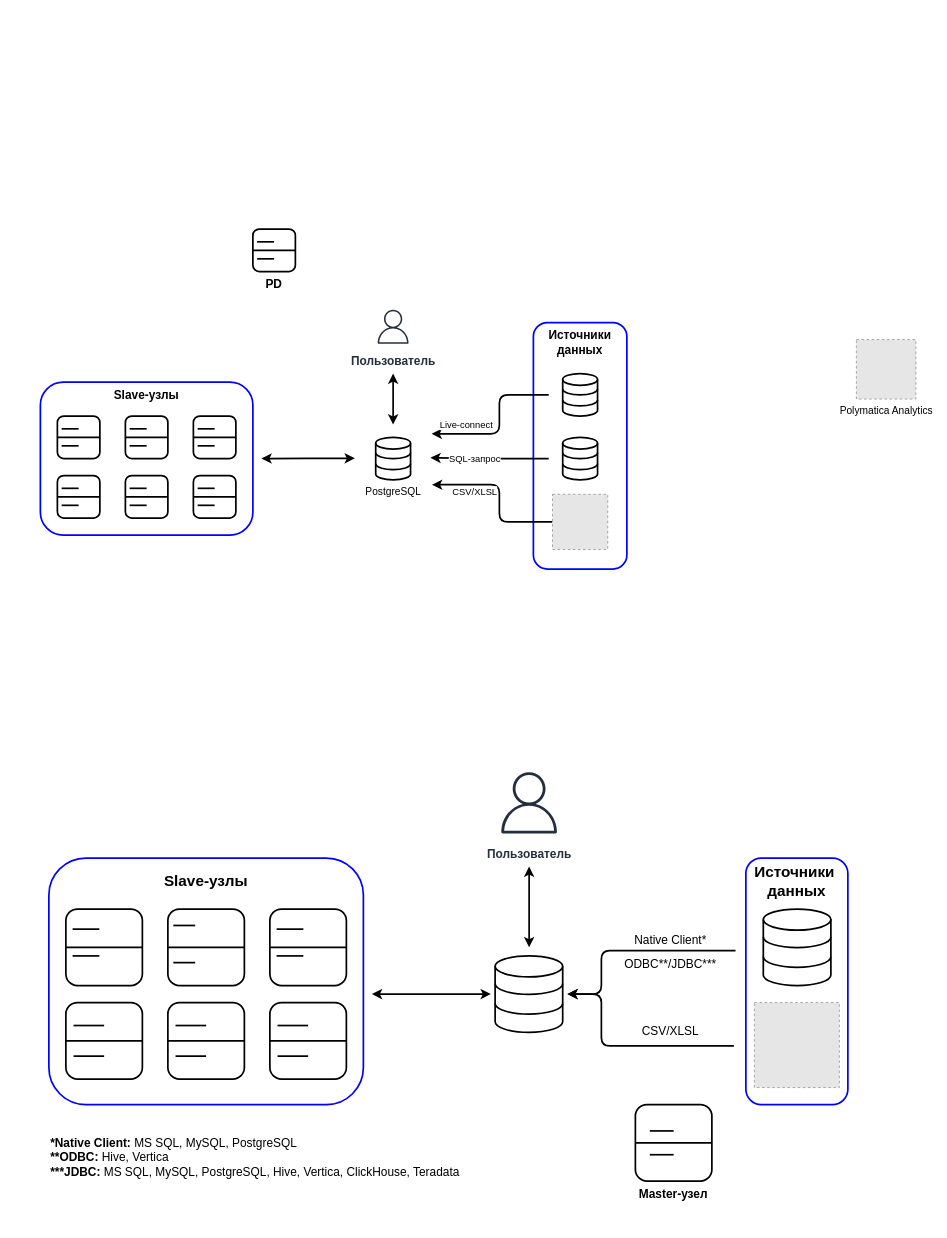
FYamaev/draw.io keeps this draw.io diagram as page "PD_v4" (10 of 10) of YDB-PD_v3.drawio. Above is the earlier version. Source tidied: cells renumbered, new cells numbered last; positions are measured from the earlier drawing's top-left corner, leaving out a move shared by most shapes. Both pictures are drawn from the tidied source at 85%, with x=0, y=0 at pixel (31, 229). Pictures stored in the file or linked from it are replaced by grey dashed boxes.
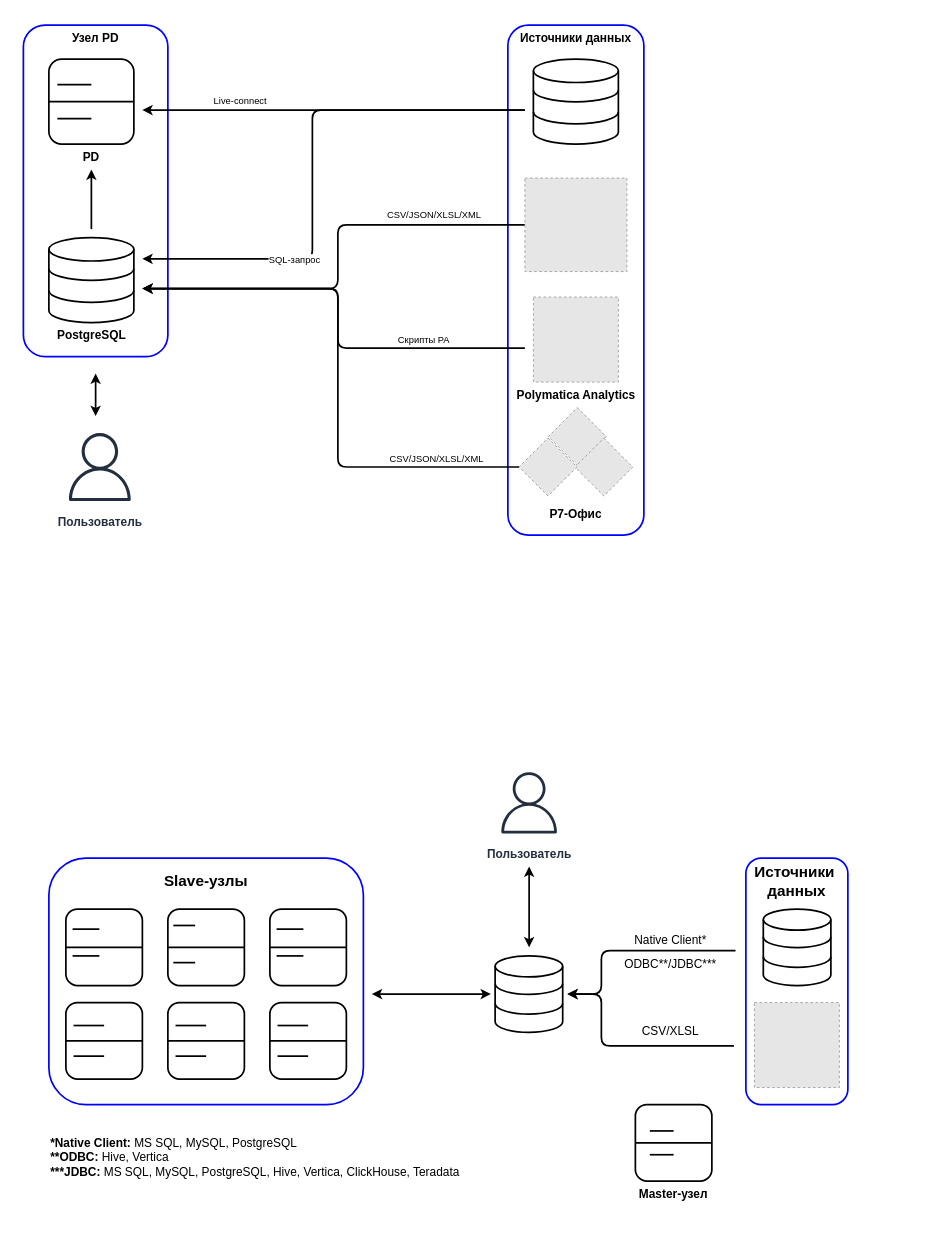
After the change.

The edit, as a diff of the source:
```diff
@@
     <mxCell id="2" value="Источники данных" style="rounded=1;whiteSpace=wrap;html=1;strokeWidth=2;strokeColor=#0000FF;verticalAlign=top;fontSize=14;fontStyle=1;" parent="1" vertex="1">
-      <mxGeometry x="590" y="110" width="110" height="290" as="geometry" />
+      <mxGeometry x="560" y="-240" width="160" height="600" as="geometry" />
     </mxCell>
     <mxCell id="3" style="rounded=0;whiteSpace=wrap;html=1;strokeColor=none;opacity=0;" parent="1" vertex="1">
-      <mxGeometry x="608" y="162.5" width="65" height="65" as="geometry" />
+      <mxGeometry x="580" y="-210" width="120" height="140" as="geometry" />
     </mxCell>
-    <mxCell id="4" style="rounded=0;whiteSpace=wrap;html=1;strokeColor=none;opacity=0;" parent="1" vertex="1">
-      <mxGeometry x="608" y="237.5" width="65" height="65" as="geometry" />
-    </mxCell>
+    <mxCell id="44" style="html=1;verticalLabelPosition=bottom;align=center;labelBackgroundColor=#ffffff;verticalAlign=top;strokeWidth=2;strokeColor=#000000;shadow=0;dashed=0;shape=mxgraph.ios7.icons.data;" parent="1" vertex="1">
+      <mxGeometry x="590" y="-200" width="100" height="100" as="geometry" />
+    </mxCell>
+    <mxCell id="116" style="rounded=0;whiteSpace=wrap;html=1;fillColor=none;strokeColor=none;" parent="1" vertex="1">
+      <mxGeometry x="15" y="220" width="120" height="140" as="geometry" />
+    </mxCell>
     <mxCell id="5" style="rounded=0;whiteSpace=wrap;html=1;strokeColor=none;opacity=0;" parent="1" vertex="1">
-      <mxGeometry y="170" width="270" height="200" as="geometry" />
+      <mxGeometry x="-20" y="-252.5" width="190" height="422.5" as="geometry" />
     </mxCell>
-    <mxCell id="6" style="edgeStyle=orthogonalEdgeStyle;rounded=0;jettySize=auto;html=1;exitX=0;exitY=0.361;exitDx=0;exitDy=0;entryX=1;entryY=0.5;entryDx=0;entryDy=0;exitPerimeter=0;startArrow=classic;startFill=1;strokeWidth=2;" parent="1" edge="1" source="7" target="5">
-      <mxGeometry relative="1" as="geometry" />
-    </mxCell>
-    <mxCell id="7" style="rounded=0;whiteSpace=wrap;html=1;strokeColor=none;opacity=0;" parent="1" vertex="1">
-      <mxGeometry x="380" y="230" width="90" height="110" as="geometry" />
-    </mxCell>
-    <mxCell id="8" value="Slave-узлы" style="rounded=1;whiteSpace=wrap;html=1;strokeWidth=2;strokeColor=#0000FF;verticalAlign=top;fontSize=14;fontStyle=1;" parent="1" vertex="1">
-      <mxGeometry x="10" y="180" width="250" height="180" as="geometry" />
+    <mxCell id="8" value="Узел PD" style="rounded=1;whiteSpace=wrap;html=1;strokeWidth=2;strokeColor=#0000FF;verticalAlign=top;fontSize=14;fontStyle=1;" parent="1" vertex="1">
+      <mxGeometry x="-10" y="-240" width="170" height="390" as="geometry" />
     </mxCell>
-    <mxCell id="9" style="group;" parent="1" vertex="1">
-      <mxGeometry x="30" y="220" width="50" height="50" as="geometry" />
-    </mxCell>
-    <mxCell id="10" style="rounded=1;whiteSpace=wrap;html=1;strokeWidth=2;" parent="9" vertex="1">
-      <mxGeometry width="50" height="50" as="geometry" />
-    </mxCell>
-    <mxCell id="11" style="endArrow=none;html=1;rounded=0;exitX=0;exitY=0.5;exitDx=0;exitDy=0;entryX=1;entryY=0.5;entryDx=0;entryDy=0;strokeWidth=2;" parent="9" edge="1" source="10" target="10">
-      <mxGeometry relative="1" as="geometry" />
-    </mxCell>
-    <mxCell id="12" style="endArrow=none;html=1;rounded=0;strokeWidth=2;" parent="9" edge="1">
-      <mxGeometry relative="1" as="geometry">
-        <mxPoint x="5" y="15" as="sourcePoint" />
-        <mxPoint x="25" y="15" as="targetPoint" />
-      </mxGeometry>
-    </mxCell>
-    <mxCell id="13" style="endArrow=none;html=1;rounded=0;strokeWidth=2;" parent="9" edge="1">
-      <mxGeometry relative="1" as="geometry">
-        <mxPoint x="5" y="35" as="sourcePoint" />
-        <mxPoint x="25" y="35" as="targetPoint" />
-      </mxGeometry>
-    </mxCell>
-    <mxCell id="14" style="group;" parent="1" vertex="1">
-      <mxGeometry x="110" y="220" width="50" height="50" as="geometry" />
-    </mxCell>
-    <mxCell id="15" style="rounded=1;whiteSpace=wrap;html=1;strokeWidth=2;" parent="14" vertex="1">
-      <mxGeometry width="50" height="50" as="geometry" />
-    </mxCell>
-    <mxCell id="16" style="endArrow=none;html=1;rounded=0;exitX=0;exitY=0.5;exitDx=0;exitDy=0;entryX=1;entryY=0.5;entryDx=0;entryDy=0;strokeWidth=2;" parent="14" edge="1" source="15" target="15">
-      <mxGeometry relative="1" as="geometry" />
-    </mxCell>
-    <mxCell id="17" style="endArrow=none;html=1;rounded=0;strokeWidth=2;" parent="14" edge="1">
-      <mxGeometry relative="1" as="geometry">
-        <mxPoint x="5" y="15" as="sourcePoint" />
-        <mxPoint x="25" y="15" as="targetPoint" />
-      </mxGeometry>
-    </mxCell>
-    <mxCell id="18" style="endArrow=none;html=1;rounded=0;strokeWidth=2;" parent="14" edge="1">
-      <mxGeometry relative="1" as="geometry">
-        <mxPoint x="5" y="35" as="sourcePoint" />
-        <mxPoint x="25" y="35" as="targetPoint" />
-      </mxGeometry>
-    </mxCell>
-    <mxCell id="19" style="group;" parent="1" vertex="1">
-      <mxGeometry x="190" y="220" width="50" height="50" as="geometry" />
-    </mxCell>
-    <mxCell id="20" style="rounded=1;whiteSpace=wrap;html=1;strokeWidth=2;" parent="19" vertex="1">
-      <mxGeometry width="50" height="50" as="geometry" />
-    </mxCell>
-    <mxCell id="21" style="endArrow=none;html=1;rounded=0;exitX=0;exitY=0.5;exitDx=0;exitDy=0;entryX=1;entryY=0.5;entryDx=0;entryDy=0;strokeWidth=2;" parent="19" edge="1" source="20" target="20">
-      <mxGeometry relative="1" as="geometry" />
-    </mxCell>
-    <mxCell id="22" style="endArrow=none;html=1;rounded=0;strokeWidth=2;" parent="19" edge="1">
-      <mxGeometry relative="1" as="geometry">
-        <mxPoint x="5" y="15" as="sourcePoint" />
-        <mxPoint x="25" y="15" as="targetPoint" />
-      </mxGeometry>
-    </mxCell>
-    <mxCell id="23" style="endArrow=none;html=1;rounded=0;strokeWidth=2;" parent="19" edge="1">
-      <mxGeometry relative="1" as="geometry">
-        <mxPoint x="5" y="35" as="sourcePoint" />
-        <mxPoint x="25" y="35" as="targetPoint" />
-      </mxGeometry>
-    </mxCell>
-    <mxCell id="24" style="group;" parent="1" vertex="1">
-      <mxGeometry x="30" y="290" width="50" height="50" as="geometry" />
-    </mxCell>
-    <mxCell id="25" style="rounded=1;whiteSpace=wrap;html=1;strokeWidth=2;" parent="24" vertex="1">
-      <mxGeometry width="50" height="50" as="geometry" />
-    </mxCell>
-    <mxCell id="26" style="endArrow=none;html=1;rounded=0;exitX=0;exitY=0.5;exitDx=0;exitDy=0;entryX=1;entryY=0.5;entryDx=0;entryDy=0;strokeWidth=2;" parent="24" edge="1" source="25" target="25">
-      <mxGeometry relative="1" as="geometry" />
-    </mxCell>
-    <mxCell id="27" style="endArrow=none;html=1;rounded=0;strokeWidth=2;" parent="24" edge="1">
-      <mxGeometry relative="1" as="geometry">
-        <mxPoint x="5" y="15" as="sourcePoint" />
-        <mxPoint x="25" y="15" as="targetPoint" />
-      </mxGeometry>
-    </mxCell>
-    <mxCell id="28" style="endArrow=none;html=1;rounded=0;strokeWidth=2;" parent="24" edge="1">
-      <mxGeometry relative="1" as="geometry">
-        <mxPoint x="5" y="35" as="sourcePoint" />
-        <mxPoint x="25" y="35" as="targetPoint" />
-      </mxGeometry>
-    </mxCell>
-    <mxCell id="29" style="group;" parent="1" vertex="1">
-      <mxGeometry x="110" y="290" width="50" height="50" as="geometry" />
-    </mxCell>
-    <mxCell id="30" style="rounded=1;whiteSpace=wrap;html=1;strokeWidth=2;" parent="29" vertex="1">
-      <mxGeometry width="50" height="50" as="geometry" />
-    </mxCell>
-    <mxCell id="31" style="endArrow=none;html=1;rounded=0;exitX=0;exitY=0.5;exitDx=0;exitDy=0;entryX=1;entryY=0.5;entryDx=0;entryDy=0;strokeWidth=2;" parent="29" edge="1" source="30" target="30">
-      <mxGeometry relative="1" as="geometry" />
-    </mxCell>
-    <mxCell id="32" style="endArrow=none;html=1;rounded=0;strokeWidth=2;" parent="29" edge="1">
-      <mxGeometry relative="1" as="geometry">
-        <mxPoint x="5" y="15" as="sourcePoint" />
-        <mxPoint x="25" y="15" as="targetPoint" />
-      </mxGeometry>
-    </mxCell>
-    <mxCell id="33" style="endArrow=none;html=1;rounded=0;strokeWidth=2;" parent="29" edge="1">
-      <mxGeometry relative="1" as="geometry">
-        <mxPoint x="5" y="35" as="sourcePoint" />
-        <mxPoint x="25" y="35" as="targetPoint" />
-      </mxGeometry>
-    </mxCell>
-    <mxCell id="34" style="group;" parent="1" vertex="1">
-      <mxGeometry x="190" y="290" width="50" height="50" as="geometry" />
-    </mxCell>
-    <mxCell id="35" style="group;" parent="34" vertex="1">
-      <mxGeometry width="50" height="50" as="geometry" />
-    </mxCell>
-    <mxCell id="36" style="rounded=1;whiteSpace=wrap;html=1;strokeWidth=2;" parent="35" vertex="1">
-      <mxGeometry width="50" height="50" as="geometry" />
-    </mxCell>
-    <mxCell id="37" style="endArrow=none;html=1;rounded=0;exitX=0;exitY=0.5;exitDx=0;exitDy=0;entryX=1;entryY=0.5;entryDx=0;entryDy=0;strokeWidth=2;" parent="35" edge="1" source="36" target="36">
-      <mxGeometry relative="1" as="geometry" />
-    </mxCell>
-    <mxCell id="38" style="endArrow=none;html=1;rounded=0;strokeWidth=2;" parent="35" edge="1">
-      <mxGeometry relative="1" as="geometry">
-        <mxPoint x="5" y="15" as="sourcePoint" />
-        <mxPoint x="25" y="15" as="targetPoint" />
-      </mxGeometry>
-    </mxCell>
-    <mxCell id="39" style="endArrow=none;html=1;rounded=0;strokeWidth=2;" parent="35" edge="1">
-      <mxGeometry relative="1" as="geometry">
-        <mxPoint x="5" y="35" as="sourcePoint" />
-        <mxPoint x="25" y="35" as="targetPoint" />
-      </mxGeometry>
-    </mxCell>
+    <mxCell id="117" style="edgeStyle=orthogonalEdgeStyle;rounded=0;jettySize=auto;html=1;entryX=0.5;entryY=1;entryDx=0;entryDy=0;strokeWidth=2;" parent="1" edge="1" source="118" target="119">
+      <mxGeometry relative="1" as="geometry" />
+    </mxCell>
+    <mxCell id="118" style="rounded=0;whiteSpace=wrap;html=1;strokeColor=none;fillColor=none;" parent="1" vertex="1">
+      <mxGeometry x="10" width="120" height="140" as="geometry" />
+    </mxCell>
+    <mxCell id="119" style="rounded=0;whiteSpace=wrap;html=1;strokeColor=none;fillColor=none;" parent="1" vertex="1">
+      <mxGeometry x="10" y="-210" width="120" height="140" as="geometry" />
+    </mxCell>
     <mxCell id="40" value="Пользователь" style="sketch=0;fontColor=#232F3E;gradientColor=none;strokeColor=#232F3E;fillColor=#ffffff;dashed=0;verticalLabelPosition=bottom;verticalAlign=top;align=center;html=1;fontSize=14;fontStyle=1;shape=mxgraph.aws4.resourceIcon;resIcon=mxgraph.aws4.user;" parent="1" vertex="1">
-      <mxGeometry x="400" y="90" width="50" height="50" as="geometry" />
+      <mxGeometry x="30" y="230" width="100" height="100" as="geometry" />
     </mxCell>
-    <mxCell id="41" style="endArrow=classic;startArrow=classic;html=1;rounded=0;strokeWidth=2;" parent="1" edge="1">
-      <mxGeometry relative="1" as="geometry">
-        <mxPoint x="425" y="230" as="sourcePoint" />
-        <mxPoint x="425" y="170" as="targetPoint" />
-      </mxGeometry>
+    <mxCell id="41" style="endArrow=classic;startArrow=classic;html=1;rounded=0;strokeWidth=2;exitX=0.5;exitY=1;exitDx=0;exitDy=0;" parent="1" edge="1" source="5" target="116">
+      <mxGeometry relative="1" as="geometry" />
     </mxCell>
-    <mxCell id="42" style="edgeStyle=orthogonalEdgeStyle;rounded=1;jettySize=auto;html=1;curved=0;strokeWidth=2;entryX=1.003;entryY=0.099;entryDx=0;entryDy=0;entryPerimeter=0;exitX=0;exitY=0.5;exitDx=0;exitDy=0;" parent="1" edge="1" source="3" target="7">
-      <mxGeometry relative="1" as="geometry">
-        <Array as="points">
-          <mxPoint x="550" y="195" />
-          <mxPoint x="550" y="241" />
-        </Array>
-      </mxGeometry>
+    <mxCell id="42" style="edgeStyle=orthogonalEdgeStyle;rounded=1;jettySize=auto;html=1;curved=0;strokeWidth=2;entryX=1;entryY=0.5;entryDx=0;entryDy=0;exitX=0;exitY=0.5;exitDx=0;exitDy=0;" parent="1" edge="1" source="3" target="119">
+      <mxGeometry relative="1" as="geometry" />
     </mxCell>
@@
-    <mxCell id="44" style="html=1;verticalLabelPosition=bottom;align=center;labelBackgroundColor=#ffffff;verticalAlign=top;strokeWidth=2;strokeColor=#000000;shadow=0;dashed=0;shape=mxgraph.ios7.icons.data;" parent="1" vertex="1">
-      <mxGeometry x="624.5" y="170" width="41" height="50" as="geometry" />
-    </mxCell>
-    <mxCell id="45" style="edgeStyle=orthogonalEdgeStyle;rounded=1;jettySize=auto;html=1;curved=0;strokeWidth=2;spacing=0;entryX=0.987;entryY=0.356;entryDx=0;entryDy=0;entryPerimeter=0;exitX=0;exitY=0.5;exitDx=0;exitDy=0;" parent="1" edge="1" source="4" target="7">
-      <mxGeometry relative="1" as="geometry" />
+    <mxCell id="45" style="edgeStyle=orthogonalEdgeStyle;rounded=1;jettySize=auto;html=1;curved=0;strokeWidth=2;spacing=0;exitX=0;exitY=0.5;exitDx=0;exitDy=0;entryX=1;entryY=0.25;entryDx=0;entryDy=0;" parent="1" edge="1" source="3" target="118">
+      <mxGeometry relative="1" as="geometry">
+        <Array as="points">
+          <mxPoint x="330" y="-140" />
+          <mxPoint x="330" y="35" />
+        </Array>
+      </mxGeometry>
     </mxCell>
     <mxCell id="46" value="SQL-запрос" style="edgeLabel;html=1;align=center;verticalAlign=middle;" parent="45" vertex="1">
-      <mxGeometry x="0.43" relative="1" as="geometry">
-        <mxPoint x="12" as="offset" />
-      </mxGeometry>
+      <mxGeometry x="0.43" relative="1" as="geometry" />
     </mxCell>
-    <mxCell id="47" style="html=1;verticalLabelPosition=bottom;align=center;labelBackgroundColor=#ffffff;verticalAlign=top;strokeWidth=2;strokeColor=#000000;shadow=0;dashed=0;shape=mxgraph.ios7.icons.data;" parent="1" vertex="1">
-      <mxGeometry x="624.5" y="245" width="41" height="50" as="geometry" />
-    </mxCell>
-    <mxCell id="48" style="edgeStyle=orthogonalEdgeStyle;rounded=1;jettySize=auto;html=1;curved=0;strokeWidth=2;exitX=0;exitY=0.5;exitDx=0;exitDy=0;entryX=1.008;entryY=0.643;entryDx=0;entryDy=0;entryPerimeter=0;" parent="1" edge="1" source="50" target="7">
+    <mxCell id="48" style="edgeStyle=orthogonalEdgeStyle;rounded=1;jettySize=auto;html=1;curved=0;strokeWidth=2;exitX=0;exitY=0.5;exitDx=0;exitDy=0;entryX=1;entryY=0.5;entryDx=0;entryDy=0;" parent="1" edge="1" source="122" target="118">
       <mxGeometry relative="1" as="geometry">
         <Array as="points">
-          <mxPoint x="550" y="345" />
-          <mxPoint x="550" y="301" />
+          <mxPoint x="360" y="-5" />
+          <mxPoint x="360" y="70" />
         </Array>
       </mxGeometry>
     </mxCell>
-    <mxCell id="49" value="CSV/XLSL" style="edgeLabel;html=1;align=center;verticalAlign=top;" parent="48" vertex="1">
+    <mxCell id="49" value="CSV/JSON/XLSL/XML" style="edgeLabel;html=1;align=center;verticalAlign=top;" parent="48" vertex="1">
       <mxGeometry x="0.6" relative="1" as="geometry">
-        <mxPoint x="12" y="-5" as="offset" />
+        <mxPoint x="237" y="-100" as="offset" />
       </mxGeometry>
     </mxCell>
-    <mxCell id="50" style="fillColor=#E6E6E6;strokeColor=#999999;dashed=1;html=1;verticalAlign=top;verticalLabelPosition=bottom;labelBackgroundColor=#ffffff;" parent="1" vertex="1">
-      <mxGeometry x="612.5" y="312" width="65" height="65" as="geometry" />
-    </mxCell>
-    <mxCell id="51" value="PostgreSQL" style="html=1;verticalLabelPosition=bottom;align=center;labelBackgroundColor=#ffffff;verticalAlign=top;strokeWidth=2;strokeColor=#000000;shadow=0;dashed=0;shape=mxgraph.ios7.icons.data;" parent="1" vertex="1">
-      <mxGeometry x="404.5" y="245" width="41" height="50" as="geometry" />
+    <mxCell id="51" value="PostgreSQL" style="html=1;verticalLabelPosition=bottom;align=center;labelBackgroundColor=#ffffff;verticalAlign=top;strokeWidth=2;strokeColor=#000000;shadow=0;dashed=0;shape=mxgraph.ios7.icons.data;fontStyle=1;fontSize=14;" parent="1" vertex="1">
+      <mxGeometry x="20" y="10" width="100" height="100" as="geometry" />
     </mxCell>
     <mxCell id="52" style="group;" parent="1" vertex="1">
-      <mxGeometry x="260" width="50" height="50" as="geometry" />
+      <mxGeometry x="20" y="-200" width="100" height="100" as="geometry" />
     </mxCell>
     <mxCell id="53" value="PD" style="rounded=1;whiteSpace=wrap;html=1;strokeWidth=2;labelPosition=center;verticalLabelPosition=bottom;align=center;verticalAlign=top;fontSize=14;fontStyle=1;" parent="52" vertex="1">
-      <mxGeometry width="50" height="50" as="geometry" />
+      <mxGeometry width="100" height="100" as="geometry" />
     </mxCell>
@@
     <mxCell id="55" style="endArrow=none;html=1;rounded=0;strokeWidth=2;" parent="52" edge="1">
       <mxGeometry relative="1" as="geometry">
-        <mxPoint x="5" y="15" as="sourcePoint" />
-        <mxPoint x="25" y="15" as="targetPoint" />
+        <mxPoint x="10" y="30" as="sourcePoint" />
+        <mxPoint x="50" y="30" as="targetPoint" />
       </mxGeometry>
     </mxCell>
     <mxCell id="56" style="endArrow=none;html=1;rounded=0;strokeWidth=2;" parent="52" edge="1">
       <mxGeometry relative="1" as="geometry">
-        <mxPoint x="5" y="35" as="sourcePoint" />
-        <mxPoint x="25" y="35" as="targetPoint" />
+        <mxPoint x="10" y="70" as="sourcePoint" />
+        <mxPoint x="50" y="70" as="targetPoint" />
       </mxGeometry>
     </mxCell>
+    <mxCell id="120" style="edgeStyle=orthogonalEdgeStyle;rounded=1;jettySize=auto;html=1;exitX=0;exitY=0.5;exitDx=0;exitDy=0;entryX=1;entryY=0.5;entryDx=0;entryDy=0;curved=0;strokeWidth=2;" parent="1" edge="1" source="129" target="118">
+      <mxGeometry relative="1" as="geometry">
+        <Array as="points">
+          <mxPoint x="360" y="140" />
+          <mxPoint x="360" y="70" />
+        </Array>
+      </mxGeometry>
+    </mxCell>
+    <mxCell id="121" value="Скрипты PA" style="edgeLabel;html=1;align=center;verticalAlign=middle;" parent="120" vertex="1">
+      <mxGeometry x="-0.49" y="-2" relative="1" as="geometry">
+        <mxPoint x="13" y="-8" as="offset" />
+      </mxGeometry>
+    </mxCell>
-    <mxCell id="57" value="Polymatica Analytics" style="fillColor=#E6E6E6;strokeColor=#999999;dashed=1;html=1;verticalAlign=top;verticalLabelPosition=bottom;labelBackgroundColor=#ffffff;" parent="1" vertex="1">
-      <mxGeometry x="970" y="130" width="70" height="70" as="geometry" />
+    <mxCell id="57" value="Polymatica Analytics" style="fillColor=#E6E6E6;strokeColor=#999999;dashed=1;html=1;verticalAlign=top;verticalLabelPosition=bottom;labelBackgroundColor=#ffffff;fontSize=14;fontStyle=1;" parent="1" vertex="1">
+      <mxGeometry x="590" y="80" width="100" height="100" as="geometry" />
     </mxCell>
@@
+    <mxCell id="122" style="fillColor=#E6E6E6;strokeColor=#999999;dashed=1;verticalLabelPosition=bottom;verticalAlign=top;" parent="1" vertex="1">
+      <mxGeometry x="580" y="-60" width="120" height="110" as="geometry" />
+    </mxCell>
+    <mxCell id="123" value="Р7-Офис" style="group;verticalAlign=top;fontSize=14;fontStyle=1;spacingTop=0;labelPosition=center;verticalLabelPosition=bottom;align=center;" parent="1" vertex="1">
+      <mxGeometry x="575" y="220" width="130" height="100" as="geometry" />
+    </mxCell>
+    <mxCell id="124" style="fillColor=#E6E6E6;strokeColor=#999999;dashed=1;html=1;verticalAlign=top;verticalLabelPosition=bottom;labelBackgroundColor=#ffffff;rotation=45;" parent="123" vertex="1">
+      <mxGeometry x="42.6" width="48.2" height="48.2" as="geometry" />
+    </mxCell>
+    <mxCell id="125" style="fillColor=#E6E6E6;strokeColor=#999999;dashed=1;html=1;verticalAlign=top;verticalLabelPosition=bottom;labelBackgroundColor=#ffffff;rotation=45;" parent="123" vertex="1">
+      <mxGeometry x="73.8" y="35.9" width="48.2" height="48.2" as="geometry" />
+    </mxCell>
+    <mxCell id="126" style="fillColor=#E6E6E6;strokeColor=#999999;dashed=1;html=1;verticalAlign=top;verticalLabelPosition=bottom;labelBackgroundColor=#ffffff;rotation=45;" parent="123" vertex="1">
+      <mxGeometry x="8.1" y="35.8" width="48.2" height="48.2" as="geometry" />
+    </mxCell>
+    <mxCell id="127" style="edgeStyle=orthogonalEdgeStyle;rounded=1;jettySize=auto;html=1;entryX=1;entryY=0.5;entryDx=0;entryDy=0;curved=0;strokeWidth=2;" parent="1" edge="1" source="126" target="118">
+      <mxGeometry relative="1" as="geometry">
+        <Array as="points">
+          <mxPoint x="360" y="280" />
+          <mxPoint x="360" y="70" />
+        </Array>
+      </mxGeometry>
+    </mxCell>
+    <mxCell id="128" value="CSV/JSON/XLSL/XML" style="edgeLabel;html=1;align=center;verticalAlign=middle;" parent="127" vertex="1">
+      <mxGeometry x="-0.7" y="1" relative="1" as="geometry">
+        <mxPoint y="-11" as="offset" />
+      </mxGeometry>
+    </mxCell>
+    <mxCell id="129" style="rounded=0;whiteSpace=wrap;html=1;strokeColor=none;opacity=0;" parent="1" vertex="1">
+      <mxGeometry x="580" y="70" width="120" height="140" as="geometry" />
+    </mxCell>
```
